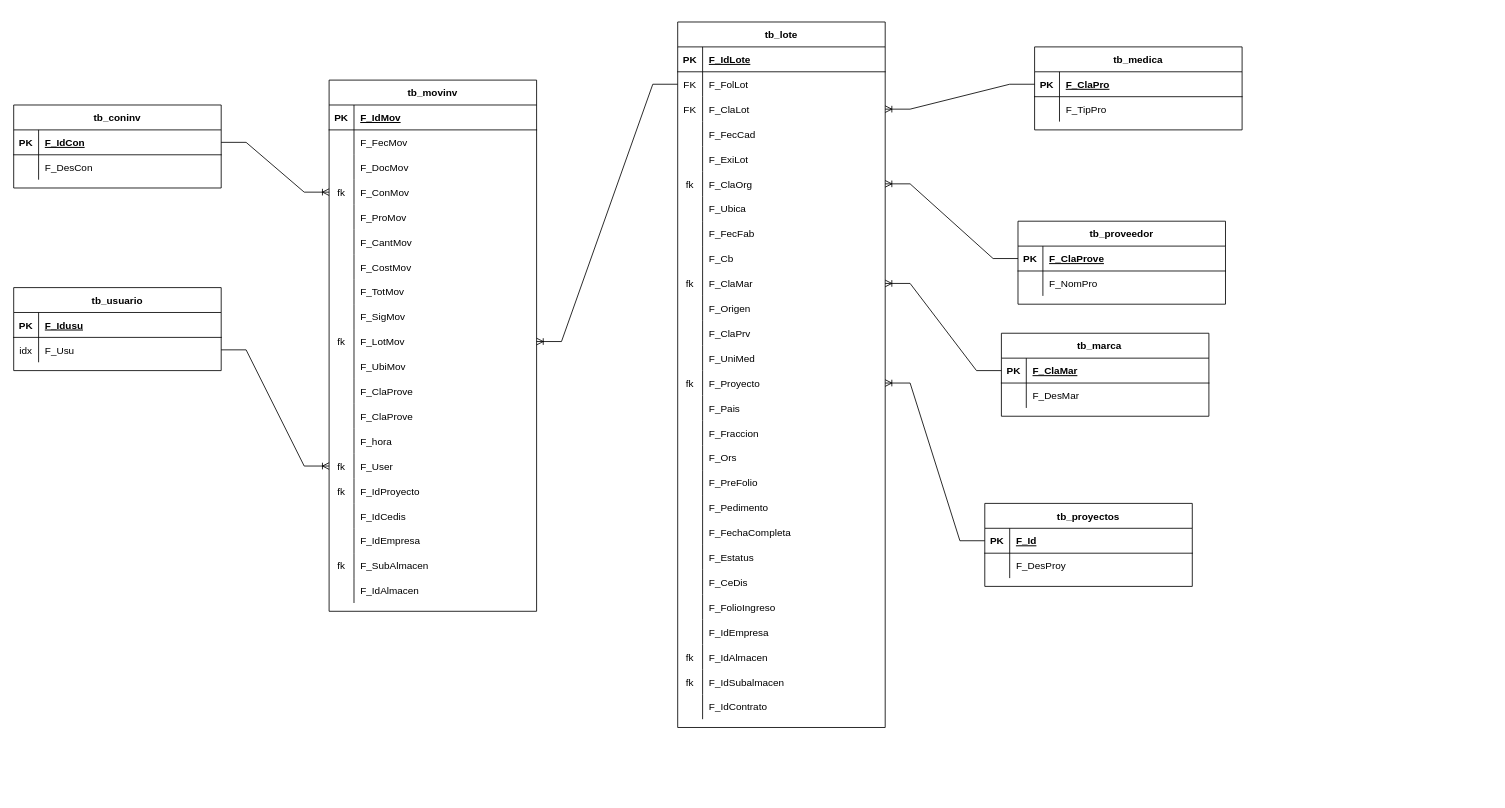
Above: TraspasosSubalmacenes.drawio in ErnestoDanielTafoyaMolinaCYM/clases-cat-cym (draw.io), before the change. Source tidied: cells renumbered, new cells numbered last; positions are measured from the earlier drawing's top-left corner, leaving out a move shared by most shapes. Both pictures are drawn from the tidied source at 83%, with x=0, y=0 at pixel (13, 22).
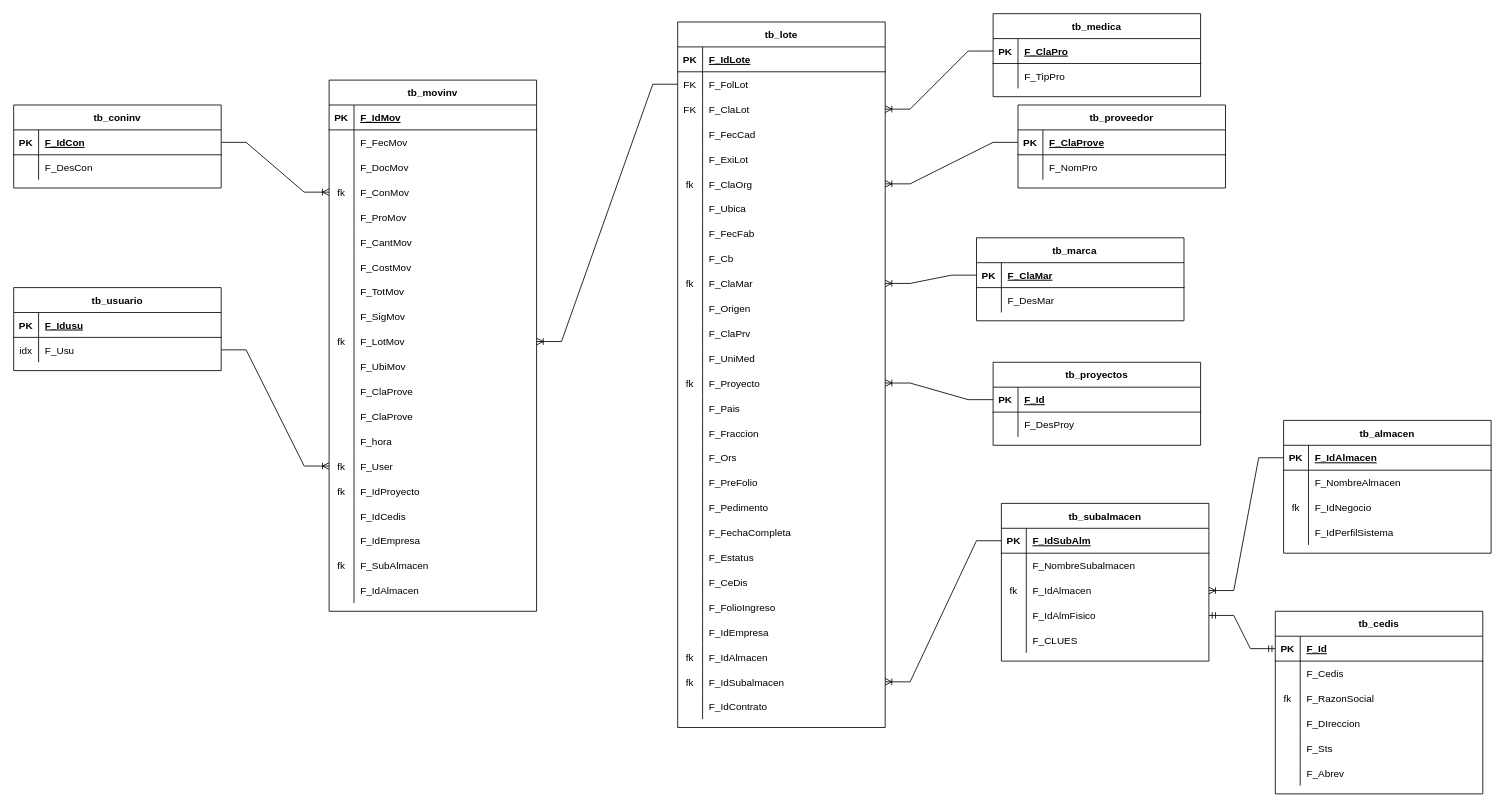
The same page after the edit.

The change refers to these unchanged cells:
```xml
<mxCell id="78" style="shape=partialRectangle;fillColor=none;points=[[0,0.5],[1,0.5]];portConstraint=eastwest;top=0;left=0;right=0;bottom=0;" parent="2" vertex="1">
  <mxGeometry y="780" width="250" height="30" as="geometry" />
</mxCell>
```

Change to the diagram source:
```diff
@@
     <mxCell id="162" value="tb_proyectos" style="shape=table;startSize=30;childLayout=tableLayout;rowLines=0;fontStyle=1;align=center;" parent="1" vertex="1">
-      <mxGeometry x="1170" y="580" width="250" height="100" as="geometry" />
+      <mxGeometry x="1180" y="410" width="250" height="100" as="geometry" />
     </mxCell>
@@
     <mxCell id="169" value="tb_medica" style="shape=table;startSize=30;childLayout=tableLayout;rowLines=0;fontStyle=1;align=center;" parent="1" vertex="1">
-      <mxGeometry x="1230" y="30" width="250" height="100" as="geometry" />
+      <mxGeometry x="1180" y="-10" width="250" height="100" as="geometry" />
     </mxCell>
@@
     <mxCell id="176" value="tb_proveedor" style="shape=table;startSize=30;childLayout=tableLayout;rowLines=0;fontStyle=1;align=center;" parent="1" vertex="1">
-      <mxGeometry x="1210" y="240" width="250" height="100" as="geometry" />
+      <mxGeometry x="1210" y="100" width="250" height="100" as="geometry" />
     </mxCell>
@@
     <mxCell id="183" value="tb_marca    " style="shape=table;startSize=30;childLayout=tableLayout;rowLines=0;fontStyle=1;align=center;" parent="1" vertex="1">
-      <mxGeometry x="1190" y="375" width="250" height="100" as="geometry" />
+      <mxGeometry x="1160" y="260" width="250" height="100" as="geometry" />
     </mxCell>
@@
+    <mxCell id="194" value="tb_subalmacen" style="shape=table;startSize=30;childLayout=tableLayout;rowLines=0;fontStyle=1;align=center;" parent="1" vertex="1">
+      <mxGeometry x="1190" y="580" width="250" height="190" as="geometry" />
+    </mxCell>
+    <mxCell id="195" style="shape=partialRectangle;fillColor=none;points=[[0,0.5],[1,0.5]];portConstraint=eastwest;top=0;left=0;right=0;bottom=1;" parent="194" vertex="1">
+      <mxGeometry y="30" width="250" height="30" as="geometry" />
+    </mxCell>
+    <mxCell id="196" value="PK" style="shape=partialRectangle;overflow=hidden;fillColor=none;top=0;left=0;bottom=0;right=0;fontStyle=1;" parent="195" vertex="1">
+      <mxGeometry width="30" height="30" as="geometry" />
+    </mxCell>
+    <mxCell id="197" value="F_IdSubAlm" style="shape=partialRectangle;overflow=hidden;fillColor=none;top=0;left=0;bottom=0;right=0;align=left;spacingLeft=6;fontStyle=5;" parent="195" vertex="1">
+      <mxGeometry x="30" width="220" height="30" as="geometry" />
+    </mxCell>
+    <mxCell id="198" style="shape=partialRectangle;fillColor=none;top=0;left=0;right=0;bottom=0;" parent="194" vertex="1">
+      <mxGeometry y="60" width="250" height="30" as="geometry" />
+    </mxCell>
+    <mxCell id="199" style="shape=partialRectangle;overflow=hidden;fillColor=none;top=0;left=0;bottom=0;right=0;" parent="198" vertex="1">
+      <mxGeometry width="30" height="30" as="geometry" />
+    </mxCell>
+    <mxCell id="200" value="F_NombreSubalmacen" style="shape=partialRectangle;overflow=hidden;fillColor=none;top=0;left=0;bottom=0;right=0;align=left;spacingLeft=6;" parent="198" vertex="1">
+      <mxGeometry x="30" width="220" height="30" as="geometry" />
+    </mxCell>
+    <mxCell id="201" style="shape=partialRectangle;fillColor=none;points=[[0,0.5],[1,0.5]];portConstraint=eastwest;top=0;left=0;right=0;bottom=0;" parent="194" vertex="1">
+      <mxGeometry y="90" width="250" height="30" as="geometry" />
+    </mxCell>
+    <mxCell id="202" value="fk" style="shape=partialRectangle;overflow=hidden;fillColor=none;top=0;left=0;bottom=0;right=0;" parent="201" vertex="1">
+      <mxGeometry width="30" height="30" as="geometry" />
+    </mxCell>
+    <mxCell id="203" value="F_IdAlmacen" style="shape=partialRectangle;overflow=hidden;fillColor=none;top=0;left=0;bottom=0;right=0;align=left;spacingLeft=6;" parent="201" vertex="1">
+      <mxGeometry x="30" width="220" height="30" as="geometry" />
+    </mxCell>
+    <mxCell id="204" style="shape=partialRectangle;fillColor=none;points=[[0,0.5],[1,0.5]];portConstraint=eastwest;top=0;left=0;right=0;bottom=0;" parent="194" vertex="1">
+      <mxGeometry y="120" width="250" height="30" as="geometry" />
+    </mxCell>
+    <mxCell id="205" style="shape=partialRectangle;overflow=hidden;fillColor=none;top=0;left=0;bottom=0;right=0;" parent="204" vertex="1">
+      <mxGeometry width="30" height="30" as="geometry" />
+    </mxCell>
+    <mxCell id="206" value="F_IdAlmFisico" style="shape=partialRectangle;overflow=hidden;fillColor=none;top=0;left=0;bottom=0;right=0;align=left;spacingLeft=6;" parent="204" vertex="1">
+      <mxGeometry x="30" width="220" height="30" as="geometry" />
+    </mxCell>
+    <mxCell id="207" style="shape=partialRectangle;fillColor=none;top=0;left=0;right=0;bottom=0;" parent="194" vertex="1">
+      <mxGeometry y="150" width="250" height="30" as="geometry" />
+    </mxCell>
+    <mxCell id="208" style="shape=partialRectangle;overflow=hidden;fillColor=none;top=0;left=0;bottom=0;right=0;" parent="207" vertex="1">
+      <mxGeometry width="30" height="30" as="geometry" />
+    </mxCell>
+    <mxCell id="209" value="F_CLUES" style="shape=partialRectangle;overflow=hidden;fillColor=none;top=0;left=0;bottom=0;right=0;align=left;spacingLeft=6;" parent="207" vertex="1">
+      <mxGeometry x="30" width="220" height="30" as="geometry" />
+    </mxCell>
+    <mxCell id="210" value="tb_almacen" style="shape=table;startSize=30;childLayout=tableLayout;rowLines=0;fontStyle=1;align=center;" parent="1" vertex="1">
+      <mxGeometry x="1530" y="480" width="250" height="160" as="geometry" />
+    </mxCell>
+    <mxCell id="211" style="shape=partialRectangle;fillColor=none;points=[[0,0.5],[1,0.5]];portConstraint=eastwest;top=0;left=0;right=0;bottom=1;" parent="210" vertex="1">
+      <mxGeometry y="30" width="250" height="30" as="geometry" />
+    </mxCell>
+    <mxCell id="212" value="PK" style="shape=partialRectangle;overflow=hidden;fillColor=none;top=0;left=0;bottom=0;right=0;fontStyle=1;" parent="211" vertex="1">
+      <mxGeometry width="30" height="30" as="geometry" />
+    </mxCell>
+    <mxCell id="213" value="F_IdAlmacen" style="shape=partialRectangle;overflow=hidden;fillColor=none;top=0;left=0;bottom=0;right=0;align=left;spacingLeft=6;fontStyle=5;" parent="211" vertex="1">
+      <mxGeometry x="30" width="220" height="30" as="geometry" />
+    </mxCell>
+    <mxCell id="214" style="shape=partialRectangle;fillColor=none;top=0;left=0;right=0;bottom=0;" parent="210" vertex="1">
+      <mxGeometry y="60" width="250" height="30" as="geometry" />
+    </mxCell>
+    <mxCell id="215" style="shape=partialRectangle;overflow=hidden;fillColor=none;top=0;left=0;bottom=0;right=0;" parent="214" vertex="1">
+      <mxGeometry width="30" height="30" as="geometry" />
+    </mxCell>
+    <mxCell id="216" value="F_NombreAlmacen" style="shape=partialRectangle;overflow=hidden;fillColor=none;top=0;left=0;bottom=0;right=0;align=left;spacingLeft=6;" parent="214" vertex="1">
+      <mxGeometry x="30" width="220" height="30" as="geometry" />
+    </mxCell>
+    <mxCell id="217" style="shape=partialRectangle;fillColor=none;top=0;left=0;right=0;bottom=0;" parent="210" vertex="1">
+      <mxGeometry y="90" width="250" height="30" as="geometry" />
+    </mxCell>
+    <mxCell id="218" value="fk" style="shape=partialRectangle;overflow=hidden;fillColor=none;top=0;left=0;bottom=0;right=0;" parent="217" vertex="1">
+      <mxGeometry width="30" height="30" as="geometry" />
+    </mxCell>
+    <mxCell id="219" value="F_IdNegocio" style="shape=partialRectangle;overflow=hidden;fillColor=none;top=0;left=0;bottom=0;right=0;align=left;spacingLeft=6;" parent="217" vertex="1">
+      <mxGeometry x="30" width="220" height="30" as="geometry" />
+    </mxCell>
+    <mxCell id="220" style="shape=partialRectangle;fillColor=none;top=0;left=0;right=0;bottom=0;" parent="210" vertex="1">
+      <mxGeometry y="120" width="250" height="30" as="geometry" />
+    </mxCell>
+    <mxCell id="221" style="shape=partialRectangle;overflow=hidden;fillColor=none;top=0;left=0;bottom=0;right=0;" parent="220" vertex="1">
+      <mxGeometry width="30" height="30" as="geometry" />
+    </mxCell>
+    <mxCell id="222" value="F_IdPerfilSistema" style="shape=partialRectangle;overflow=hidden;fillColor=none;top=0;left=0;bottom=0;right=0;align=left;spacingLeft=6;" parent="220" vertex="1">
+      <mxGeometry x="30" width="220" height="30" as="geometry" />
+    </mxCell>
+    <mxCell id="223" style="edgeStyle=entityRelationEdgeStyle;fontSize=12;html=1;endArrow=ERoneToMany;rounded=0;entryX=1;entryY=0.5;entryDx=0;entryDy=0;exitX=0;exitY=0.5;exitDx=0;exitDy=0;" parent="1" edge="1" source="211" target="201">
+      <mxGeometry relative="1" as="geometry" />
+    </mxCell>
+    <mxCell id="224" style="edgeStyle=entityRelationEdgeStyle;fontSize=12;html=1;endArrow=ERoneToMany;rounded=0;entryX=1;entryY=0.5;entryDx=0;entryDy=0;exitX=0;exitY=0.5;exitDx=0;exitDy=0;" parent="1" edge="1" source="195" target="78">
+      <mxGeometry relative="1" as="geometry" />
+    </mxCell>
+    <mxCell id="225" value="tb_cedis" style="shape=table;startSize=30;childLayout=tableLayout;rowLines=0;fontStyle=1;align=center;" parent="1" vertex="1">
+      <mxGeometry x="1520" y="710" width="250" height="220" as="geometry" />
+    </mxCell>
+    <mxCell id="226" style="shape=partialRectangle;fillColor=none;points=[[0,0.5],[1,0.5]];portConstraint=eastwest;top=0;left=0;right=0;bottom=1;" parent="225" vertex="1">
+      <mxGeometry y="30" width="250" height="30" as="geometry" />
+    </mxCell>
+    <mxCell id="227" value="PK" style="shape=partialRectangle;overflow=hidden;fillColor=none;top=0;left=0;bottom=0;right=0;fontStyle=1;" parent="226" vertex="1">
+      <mxGeometry width="30" height="30" as="geometry" />
+    </mxCell>
+    <mxCell id="228" value="F_Id" style="shape=partialRectangle;overflow=hidden;fillColor=none;top=0;left=0;bottom=0;right=0;align=left;spacingLeft=6;fontStyle=5;" parent="226" vertex="1">
+      <mxGeometry x="30" width="220" height="30" as="geometry" />
+    </mxCell>
+    <mxCell id="229" style="shape=partialRectangle;fillColor=none;top=0;left=0;right=0;bottom=0;" parent="225" vertex="1">
+      <mxGeometry y="60" width="250" height="30" as="geometry" />
+    </mxCell>
+    <mxCell id="230" style="shape=partialRectangle;overflow=hidden;fillColor=none;top=0;left=0;bottom=0;right=0;" parent="229" vertex="1">
+      <mxGeometry width="30" height="30" as="geometry" />
+    </mxCell>
+    <mxCell id="231" value="F_Cedis" style="shape=partialRectangle;overflow=hidden;fillColor=none;top=0;left=0;bottom=0;right=0;align=left;spacingLeft=6;" parent="229" vertex="1">
+      <mxGeometry x="30" width="220" height="30" as="geometry" />
+    </mxCell>
+    <mxCell id="232" style="shape=partialRectangle;fillColor=none;top=0;left=0;right=0;bottom=0;" parent="225" vertex="1">
+      <mxGeometry y="90" width="250" height="30" as="geometry" />
+    </mxCell>
+    <mxCell id="233" value="fk" style="shape=partialRectangle;overflow=hidden;fillColor=none;top=0;left=0;bottom=0;right=0;" parent="232" vertex="1">
+      <mxGeometry width="30" height="30" as="geometry" />
+    </mxCell>
+    <mxCell id="234" value="F_RazonSocial" style="shape=partialRectangle;overflow=hidden;fillColor=none;top=0;left=0;bottom=0;right=0;align=left;spacingLeft=6;" parent="232" vertex="1">
+      <mxGeometry x="30" width="220" height="30" as="geometry" />
+    </mxCell>
+    <mxCell id="235" style="shape=partialRectangle;fillColor=none;top=0;left=0;right=0;bottom=0;" parent="225" vertex="1">
+      <mxGeometry y="120" width="250" height="30" as="geometry" />
+    </mxCell>
+    <mxCell id="236" style="shape=partialRectangle;overflow=hidden;fillColor=none;top=0;left=0;bottom=0;right=0;" parent="235" vertex="1">
+      <mxGeometry width="30" height="30" as="geometry" />
+    </mxCell>
+    <mxCell id="237" value="F_DIreccion" style="shape=partialRectangle;overflow=hidden;fillColor=none;top=0;left=0;bottom=0;right=0;align=left;spacingLeft=6;" parent="235" vertex="1">
+      <mxGeometry x="30" width="220" height="30" as="geometry" />
+    </mxCell>
+    <mxCell id="238" style="shape=partialRectangle;fillColor=none;top=0;left=0;right=0;bottom=0;" parent="225" vertex="1">
+      <mxGeometry y="150" width="250" height="30" as="geometry" />
+    </mxCell>
+    <mxCell id="239" style="shape=partialRectangle;overflow=hidden;fillColor=none;top=0;left=0;bottom=0;right=0;" parent="238" vertex="1">
+      <mxGeometry width="30" height="30" as="geometry" />
+    </mxCell>
+    <mxCell id="240" value="F_Sts" style="shape=partialRectangle;overflow=hidden;fillColor=none;top=0;left=0;bottom=0;right=0;align=left;spacingLeft=6;" parent="238" vertex="1">
+      <mxGeometry x="30" width="220" height="30" as="geometry" />
+    </mxCell>
+    <mxCell id="241" style="shape=partialRectangle;fillColor=none;top=0;left=0;right=0;bottom=0;" parent="225" vertex="1">
+      <mxGeometry y="180" width="250" height="30" as="geometry" />
+    </mxCell>
+    <mxCell id="242" style="shape=partialRectangle;overflow=hidden;fillColor=none;top=0;left=0;bottom=0;right=0;" parent="241" vertex="1">
+      <mxGeometry width="30" height="30" as="geometry" />
+    </mxCell>
+    <mxCell id="243" value="F_Abrev" style="shape=partialRectangle;overflow=hidden;fillColor=none;top=0;left=0;bottom=0;right=0;align=left;spacingLeft=6;" parent="241" vertex="1">
+      <mxGeometry x="30" width="220" height="30" as="geometry" />
+    </mxCell>
+    <mxCell id="244" style="edgeStyle=entityRelationEdgeStyle;fontSize=12;html=1;endArrow=ERmandOne;startArrow=ERmandOne;rounded=0;entryX=0;entryY=0.5;entryDx=0;entryDy=0;exitX=1;exitY=0.5;exitDx=0;exitDy=0;" parent="1" edge="1" source="204" target="226">
+      <mxGeometry relative="1" as="geometry" />
+    </mxCell>
```
